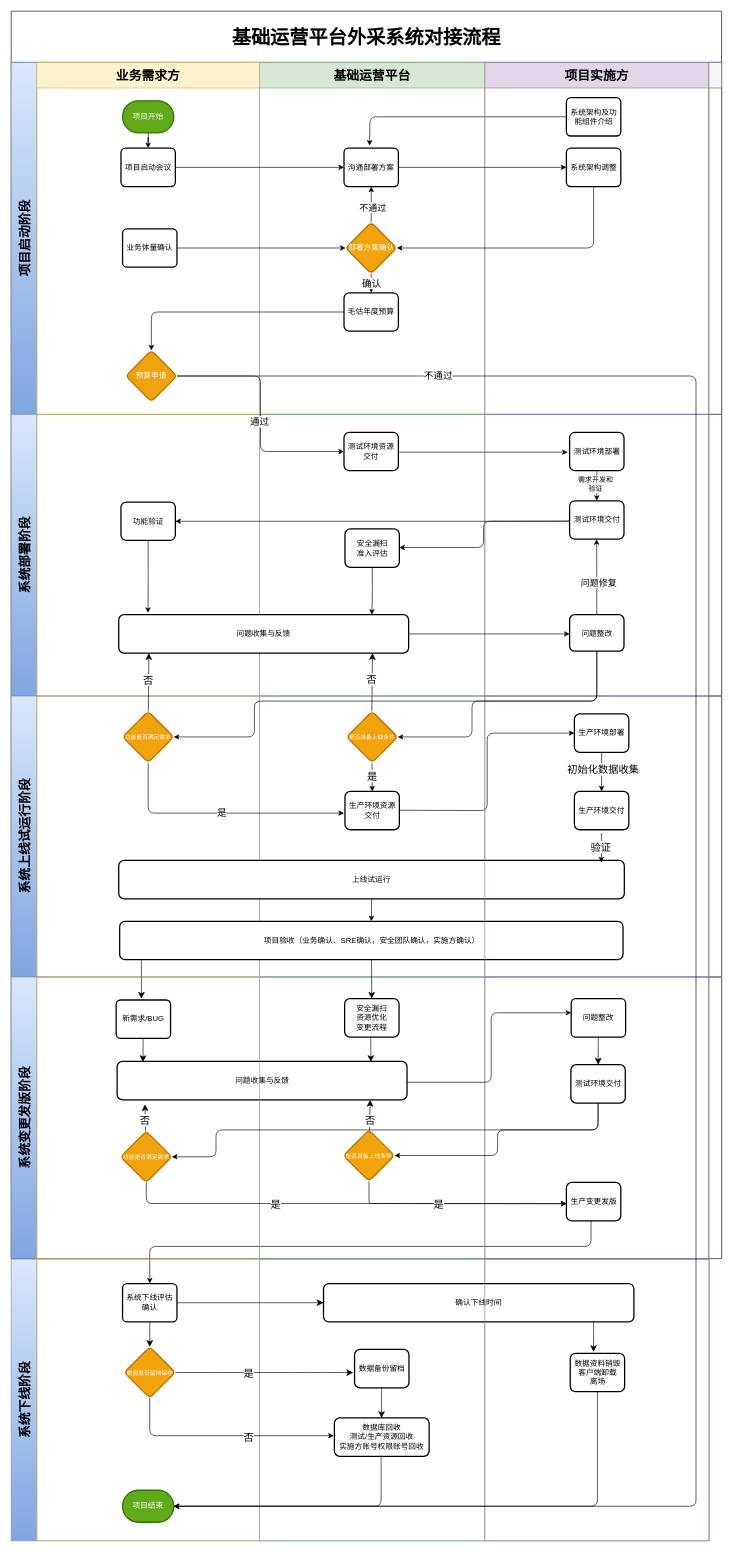
The draw.io diagram page "Page-1-外采项目SOP截图" (2 of 4) of 基础运营平台第三方系统对接流程.drawio in lujungang/kubernetes-aliyun, before the edit. Source tidied: cells renumbered, new cells numbered last; positions are measured from the earlier drawing's top-left corner, leaving out a move shared by most shapes. Both pictures are drawn from the tidied source at 64%, with x=0, y=0 at pixel (11, 11).
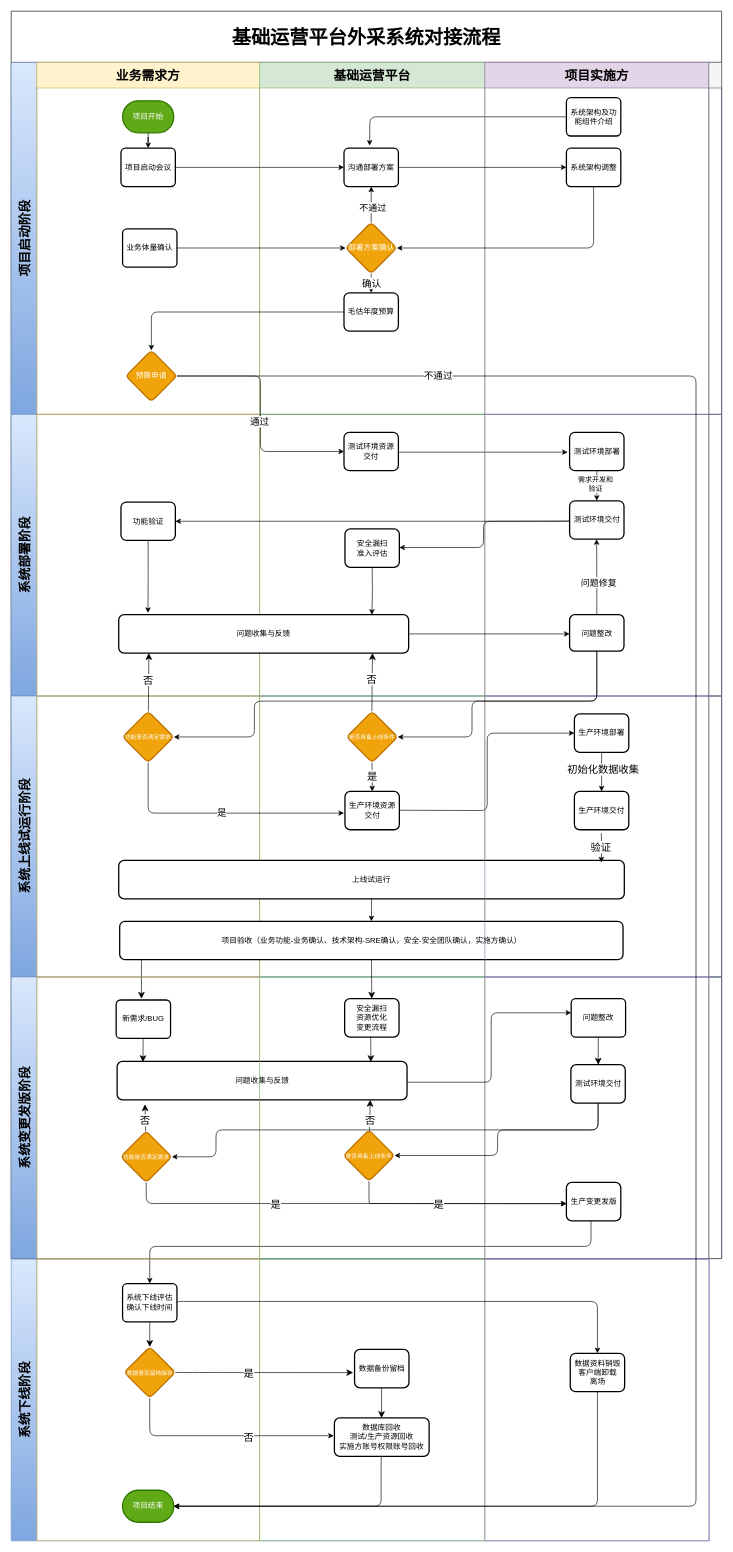
The same diagram, later.

Commit message:
更新基础运营平台第三方系统对接流程.drawio

Unchanged cells that the change refers to:
```xml
<mxCell id="52" style="swimlane;startSize=0;html=1;whiteSpace=wrap;fillColor=#d5e8d4;strokeColor=#82b366;" parent="48" vertex="1">
  <mxGeometry x="388" width="352" height="439" as="geometry" />
</mxCell>
<mxCell id="93" value="系统下线阶段" style="swimlane;horizontal=0;startSize=40;html=1;whiteSpace=wrap;fillColor=#dae8fc;strokeColor=#6c8ebf;fontSize=20;gradientColor=#7ea6e0;" parent="1" vertex="1">
  <mxGeometry y="1950" width="1091" height="440" as="geometry" />
</mxCell>
<mxCell id="94" style="swimlane;startSize=0;html=1;whiteSpace=wrap;fillColor=#fff2cc;strokeColor=#d6b656;" parent="93" vertex="1">
  <mxGeometry x="40" width="348" height="440" as="geometry" />
</mxCell>
<mxCell id="100" style="swimlane;startSize=0;html=1;whiteSpace=wrap;fillColor=#d5e8d4;strokeColor=#82b366;" parent="93" vertex="1">
  <mxGeometry x="388" width="352" height="440" as="geometry" />
</mxCell>
<mxCell id="105" style="swimlane;startSize=0;html=1;whiteSpace=wrap;fillColor=#e1d5e7;strokeColor=#9673a6;" parent="93" vertex="1">
  <mxGeometry x="740" width="350" height="440" as="geometry" />
</mxCell>
<mxCell id="107" value="&lt;font color=&quot;#000000&quot;&gt;数据资料销毁&lt;br&gt;客户端卸载&lt;br&gt;离场&lt;/font&gt;" style="whiteSpace=wrap;html=1;rounded=1;fontColor=#ffffff;strokeWidth=2;arcSize=14;fillColor=#FFFFFF;" parent="105" vertex="1">
  <mxGeometry x="133.5" y="147" width="85" height="60" as="geometry" />
</mxCell>
```

The edit, as a diff of the source:
```diff
@@
-    <mxCell id="60" value="&lt;font color=&quot;#000000&quot;&gt;项目验收（&lt;/font&gt;&lt;span style=&quot;color: rgb(0, 0, 0);&quot;&gt;业务确认、&lt;/span&gt;&lt;font color=&quot;#000000&quot;&gt;SRE确认，安全团队确认，实施方确认）&lt;/font&gt;" style="whiteSpace=wrap;html=1;rounded=1;fontColor=#ffffff;strokeWidth=2;arcSize=14;fillColor=#FFFFFF;" parent="52" vertex="1">
+    <mxCell id="60" value="&lt;font color=&quot;#000000&quot;&gt;项目验收（&lt;/font&gt;&lt;span style=&quot;color: rgb(0, 0, 0);&quot;&gt;业务功能-业务确认、技术架构-SRE&lt;/span&gt;&lt;font color=&quot;#000000&quot;&gt;确认，安全-安全团队确认，实施方确认）&lt;/font&gt;" style="whiteSpace=wrap;html=1;rounded=1;fontColor=#ffffff;strokeWidth=2;arcSize=14;fillColor=#FFFFFF;" parent="52" vertex="1">
       <mxGeometry x="-218.5" y="352" width="786.5" height="60" as="geometry" />
     </mxCell>
@@
-    <mxCell id="98" value="系统下线评估确认" style="rounded=1;whiteSpace=wrap;html=1;absoluteArcSize=1;arcSize=14;strokeWidth=2;" parent="94" vertex="1">
+    <mxCell id="98" value="系统下线评估确认下线时间" style="rounded=1;whiteSpace=wrap;html=1;absoluteArcSize=1;arcSize=14;strokeWidth=2;" parent="94" vertex="1">
       <mxGeometry x="134" y="38" width="85" height="60" as="geometry" />
     </mxCell>
@@
-    <mxCell id="101" value="&lt;font color=&quot;#000000&quot;&gt;确认下线时间&lt;/font&gt;" style="whiteSpace=wrap;html=1;rounded=1;fontColor=#ffffff;strokeWidth=2;arcSize=14;fillColor=#FFFFFF;" parent="100" vertex="1">
-      <mxGeometry x="100" y="38" width="485" height="60" as="geometry" />
-    </mxCell>
@@
-    <mxCell id="108" style="edgeStyle=none;curved=1;rounded=0;jettySize=auto;html=1;fontSize=12;startSize=8;endSize=8;entryX=0.429;entryY=-0.033;entryDx=0;entryDy=0;entryPerimeter=0;" parent="105" edge="1" target="107">
-      <mxGeometry relative="1" as="geometry">
-        <mxPoint x="170" y="98" as="sourcePoint" />
-      </mxGeometry>
-    </mxCell>
@@
-    <mxCell id="110" style="edgeStyle=none;curved=1;rounded=0;jettySize=auto;html=1;entryX=0;entryY=0.5;entryDx=0;entryDy=0;fontSize=12;startSize=8;endSize=8;" parent="93" edge="1" source="98" target="101">
-      <mxGeometry relative="1" as="geometry" />
-    </mxCell>
@@
+    <mxCell id="132" style="edgeStyle=orthogonalEdgeStyle;rounded=1;jettySize=auto;html=1;exitX=1;exitY=0.5;exitDx=0;exitDy=0;entryX=0.5;entryY=0;entryDx=0;entryDy=0;" parent="93" edge="1" source="98" target="107">
+      <mxGeometry relative="1" as="geometry">
+        <Array as="points">
+          <mxPoint x="259" y="66" />
+          <mxPoint x="916" y="66" />
+        </Array>
+      </mxGeometry>
+    </mxCell>
```
